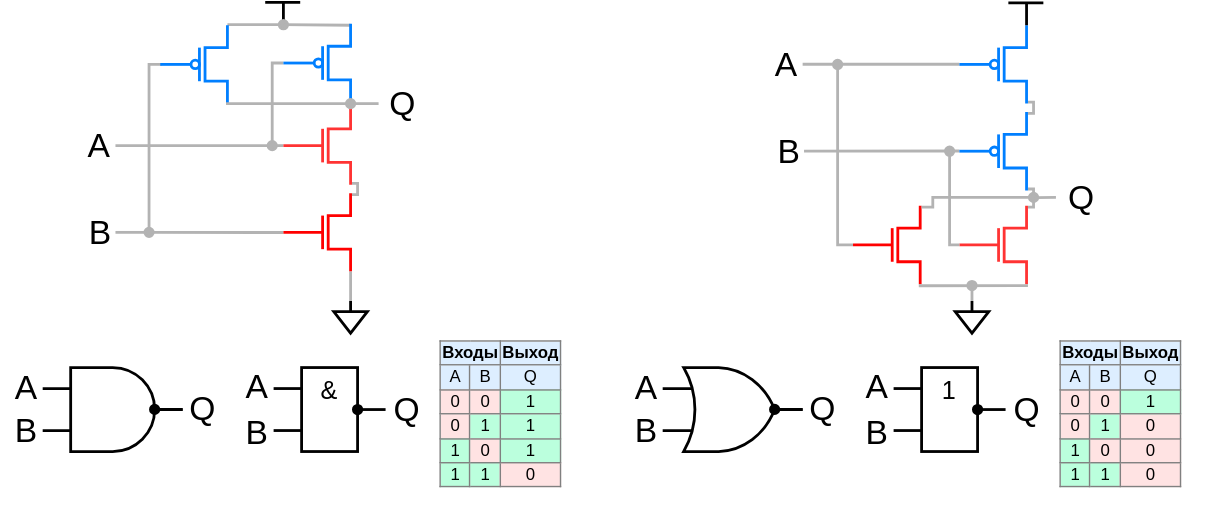
The draw.io diagram .pic/Introduction/How FPGA works/fig_06.drawio.svg in MPSU/APS, before a commit. Source tidied: cells renumbered, new cells last; positions are measured from the earlier drawing's top-left corner, leaving out a move shared by most shapes.
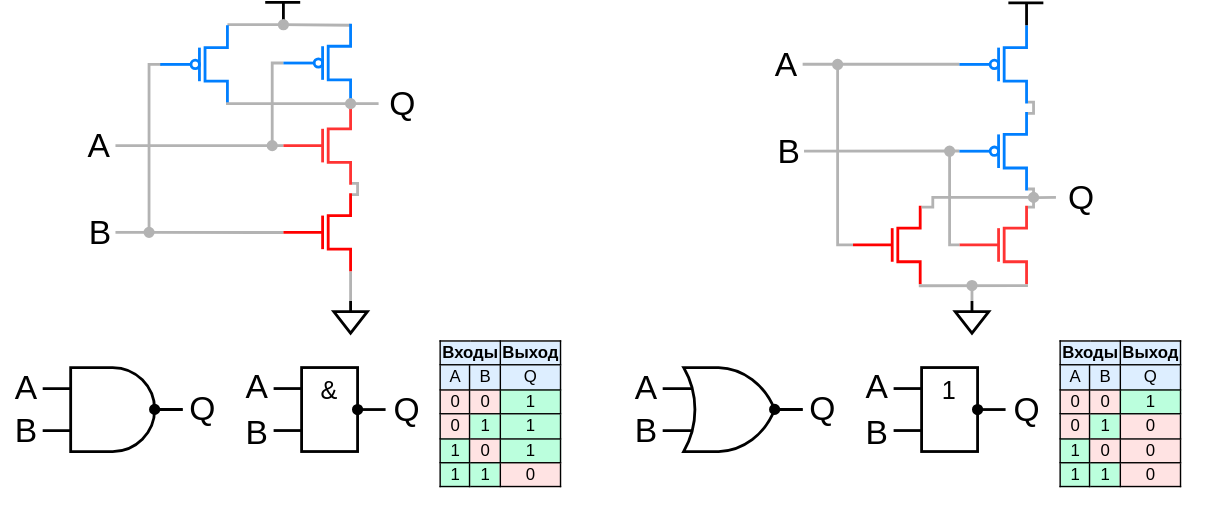
Later version of the same file.

Diff of the diagram source:
```diff
@@ -463,7 +463,7 @@
     <mxCell id="73" value="&lt;font style=&quot;font-size: 18px;&quot;&gt;&amp;amp;&lt;/font&gt;" style="rounded=0;whiteSpace=wrap;html=1;horizontal=1;verticalAlign=top;strokeWidth=2;" parent="1" vertex="1">
       <mxGeometry x="215" y="261" width="40" height="60" as="geometry" />
     </mxCell>
-    <mxCell id="74" value="&lt;table border=&quot;1&quot; class=&quot;wikitable&quot; style=&quot;float: right; text-align: center; border: 1px solid rgb(128, 128, 128); border-collapse: collapse;&quot;&gt;&lt;tbody&gt;&lt;tr style=&quot;background:#def;&quot;&gt;&lt;td colspan=&quot;2&quot; style=&quot;border: 1px solid rgb(128, 128, 128);&quot;&gt;&lt;b&gt;Входы&lt;/b&gt;&lt;/td&gt;&lt;td style=&quot;border: 1px solid rgb(128, 128, 128);&quot;&gt;&lt;b&gt;Выход&lt;/b&gt;&lt;br&gt;&lt;/td&gt;&lt;/tr&gt;&lt;tr style=&quot;background:#def;&quot;&gt;&lt;td style=&quot;border: 1px solid rgb(128, 128, 128);&quot;&gt;A&lt;/td&gt;&lt;td style=&quot;border: 1px solid rgb(128, 128, 128);&quot;&gt;B&lt;/td&gt;&lt;td style=&quot;border: 1px solid rgb(128, 128, 128);&quot;&gt;Q&lt;br&gt;&lt;/td&gt;&lt;/tr&gt;&lt;tr&gt;&lt;td style=&quot;background: #FFE3E3; color: black; vertical-align: middle; text-align: center; border: 1px solid rgb(128, 128, 128);&quot; class=&quot;table-no2&quot;&gt;0&lt;/td&gt;&lt;td style=&quot;background: #FFE3E3; color: black; vertical-align: middle; text-align: center; border: 1px solid rgb(128, 128, 128);&quot; class=&quot;table-no2&quot;&gt;0&lt;/td&gt;&lt;td style=&quot;background: rgb(187, 255, 221); color: black; vertical-align: middle; text-align: center; border: 1px solid rgb(128, 128, 128);&quot; class=&quot;table-no2&quot;&gt;1&lt;br&gt;&lt;/td&gt;&lt;/tr&gt;&lt;tr&gt;&lt;td style=&quot;background: #FFE3E3; color: black; vertical-align: middle; text-align: center; border: 1px solid rgb(128, 128, 128);&quot; class=&quot;table-no2&quot;&gt;0&lt;/td&gt;&lt;td style=&quot;background:#bfd; color:black; vertical-align:middle; text-align:center; border: 1px solid rgb(128, 128, 128);&quot; class=&quot;table-yes2&quot;&gt;1&lt;/td&gt;&lt;td border=&quot;1&quot; style=&quot;background: rgb(187, 255, 221); color: black; vertical-align: middle; text-align: center; border-collapse: collapse; border: 1px solid rgb(128, 128, 128);&quot; class=&quot;table-no2&quot;&gt;&lt;span style=&quot;&quot;&gt;1&lt;/span&gt;&lt;br&gt;&lt;/td&gt;&lt;/tr&gt;&lt;tr&gt;&lt;td style=&quot;background:#bfd; color:black; vertical-align:middle; text-align:center; border: 1px solid rgb(128, 128, 128);&quot; class=&quot;table-yes2&quot;&gt;1&lt;/td&gt;&lt;td style=&quot;background: #FFE3E3; color: black; vertical-align: middle; text-align: center; border: 1px solid rgb(128, 128, 128);&quot; class=&quot;table-no2&quot;&gt;0&lt;/td&gt;&lt;td style=&quot;background: rgb(187, 255, 221); color: black; vertical-align: middle; text-align: center; border: 1px solid rgb(128, 128, 128);&quot; class=&quot;table-no2&quot;&gt;1&lt;br&gt;&lt;/td&gt;&lt;/tr&gt;&lt;tr&gt;&lt;td style=&quot;background:#bfd; color:black; vertical-align:middle; text-align:center; border: 1px solid rgb(128, 128, 128);&quot; class=&quot;table-yes2&quot;&gt;1&lt;/td&gt;&lt;td style=&quot;background:#bfd; color:black; vertical-align:middle; text-align:center; border: 1px solid rgb(128, 128, 128);&quot; class=&quot;table-yes2&quot;&gt;1&lt;/td&gt;&lt;td style=&quot;background: rgb(255, 227, 227); color: black; vertical-align: middle; text-align: center; border: 1px solid rgb(128, 128, 128);&quot; class=&quot;table-yes2&quot;&gt;0&lt;br&gt;&lt;/td&gt;&lt;/tr&gt;&lt;/tbody&gt;&lt;/table&gt;" style="text;whiteSpace=wrap;html=1;strokeColor=none;" parent="1" vertex="1">
+    <mxCell id="74" value="&lt;table border=&quot;1&quot; class=&quot;wikitable&quot; style=&quot;float: right; text-align: center; border: 1px solid rgb(0, 0, 0); border-collapse: collapse;&quot;&gt;&lt;tbody&gt;&lt;tr style=&quot;background:#def;&quot;&gt;&lt;td colspan=&quot;2&quot; style=&quot;border: 1px solid rgb(0, 0, 0);&quot;&gt;&lt;b&gt;Входы&lt;/b&gt;&lt;/td&gt;&lt;td style=&quot;border: 1px solid rgb(0, 0, 0);&quot;&gt;&lt;b&gt;Выход&lt;/b&gt;&lt;br&gt;&lt;/td&gt;&lt;/tr&gt;&lt;tr style=&quot;background:#def;&quot;&gt;&lt;td style=&quot;border: 1px solid rgb(0, 0, 0);&quot;&gt;A&lt;/td&gt;&lt;td style=&quot;border: 1px solid rgb(0, 0, 0);&quot;&gt;B&lt;/td&gt;&lt;td style=&quot;border: 1px solid rgb(0, 0, 0);&quot;&gt;Q&lt;br&gt;&lt;/td&gt;&lt;/tr&gt;&lt;tr&gt;&lt;td style=&quot;background: #FFE3E3; color: black; vertical-align: middle; text-align: center; border: 1px solid rgb(0, 0, 0);&quot; class=&quot;table-no2&quot;&gt;0&lt;/td&gt;&lt;td style=&quot;background: #FFE3E3; color: black; vertical-align: middle; text-align: center; border: 1px solid rgb(0, 0, 0);&quot; class=&quot;table-no2&quot;&gt;0&lt;/td&gt;&lt;td style=&quot;background: rgb(187, 255, 221); color: black; vertical-align: middle; text-align: center; border: 1px solid rgb(0, 0, 0);&quot; class=&quot;table-no2&quot;&gt;1&lt;br&gt;&lt;/td&gt;&lt;/tr&gt;&lt;tr&gt;&lt;td style=&quot;background: #FFE3E3; color: black; vertical-align: middle; text-align: center; border: 1px solid rgb(0, 0, 0);&quot; class=&quot;table-no2&quot;&gt;0&lt;/td&gt;&lt;td style=&quot;background:#bfd; color:black; vertical-align:middle; text-align:center; border: 1px solid rgb(0, 0, 0);&quot; class=&quot;table-yes2&quot;&gt;1&lt;/td&gt;&lt;td border=&quot;1&quot; style=&quot;background: rgb(187, 255, 221); color: black; vertical-align: middle; text-align: center; border-collapse: collapse; border: 1px solid rgb(0, 0, 0);&quot; class=&quot;table-no2&quot;&gt;&lt;span style=&quot;&quot;&gt;1&lt;/span&gt;&lt;br&gt;&lt;/td&gt;&lt;/tr&gt;&lt;tr&gt;&lt;td style=&quot;background:#bfd; color:black; vertical-align:middle; text-align:center; border: 1px solid rgb(0, 0, 0);&quot; class=&quot;table-yes2&quot;&gt;1&lt;/td&gt;&lt;td style=&quot;background: #FFE3E3; color: black; vertical-align: middle; text-align: center; border: 1px solid rgb(0, 0, 0);&quot; class=&quot;table-no2&quot;&gt;0&lt;/td&gt;&lt;td style=&quot;background: rgb(187, 255, 221); color: black; vertical-align: middle; text-align: center; border: 1px solid rgb(0, 0, 0);&quot; class=&quot;table-no2&quot;&gt;1&lt;br&gt;&lt;/td&gt;&lt;/tr&gt;&lt;tr&gt;&lt;td style=&quot;background:#bfd; color:black; vertical-align:middle; text-align:center; border: 1px solid rgb(0, 0, 0);&quot; class=&quot;table-yes2&quot;&gt;1&lt;/td&gt;&lt;td style=&quot;background:#bfd; color:black; vertical-align:middle; text-align:center; border: 1px solid rgb(0, 0, 0);&quot; class=&quot;table-yes2&quot;&gt;1&lt;/td&gt;&lt;td style=&quot;background: rgb(255, 227, 227); color: black; vertical-align: middle; text-align: center; border: 1px solid rgb(0, 0, 0);&quot; class=&quot;table-yes2&quot;&gt;0&lt;br&gt;&lt;/td&gt;&lt;/tr&gt;&lt;/tbody&gt;&lt;/table&gt;" style="text;whiteSpace=wrap;html=1;strokeColor=none;" parent="1" vertex="1">
       <mxGeometry x="312" y="235" width="110" height="130" as="geometry" />
     </mxCell>
     <mxCell id="75" style="edgeStyle=orthogonalEdgeStyle;rounded=0;jettySize=auto;html=1;exitX=1;exitY=0.5;exitDx=0;exitDy=0;endArrow=none;endFill=0;startArrow=oval;startFill=1;startFillColor=#FFFFFF;strokeWidth=2;" parent="1" edge="1" source="73">
@@ -517,7 +517,7 @@
     <mxCell id="86" value="&lt;font style=&quot;font-size: 18px;&quot;&gt;1&lt;/font&gt;" style="rounded=0;whiteSpace=wrap;html=1;horizontal=1;verticalAlign=top;strokeWidth=2;" parent="1" vertex="1">
       <mxGeometry x="658" y="261" width="40" height="60" as="geometry" />
     </mxCell>
-    <mxCell id="87" value="&lt;table border=&quot;1&quot; class=&quot;wikitable&quot; style=&quot;float: right; text-align: center; border: 1px solid rgb(128, 128, 128); border-collapse: collapse;&quot;&gt;&lt;tbody&gt;&lt;tr style=&quot;background:#def;&quot;&gt;&lt;td colspan=&quot;2&quot; style=&quot;border: 1px solid rgb(128, 128, 128);&quot;&gt;&lt;b&gt;Входы&lt;/b&gt;&lt;/td&gt;&lt;td style=&quot;border: 1px solid rgb(128, 128, 128);&quot;&gt;&lt;b&gt;Выход&lt;/b&gt;&lt;br&gt;&lt;/td&gt;&lt;/tr&gt;&lt;tr style=&quot;background:#def;&quot;&gt;&lt;td style=&quot;border: 1px solid rgb(128, 128, 128);&quot;&gt;A&lt;/td&gt;&lt;td style=&quot;border: 1px solid rgb(128, 128, 128);&quot;&gt;B&lt;/td&gt;&lt;td style=&quot;border: 1px solid rgb(128, 128, 128);&quot;&gt;Q&lt;br&gt;&lt;/td&gt;&lt;/tr&gt;&lt;tr&gt;&lt;td style=&quot;background: #FFE3E3; color: black; vertical-align: middle; text-align: center; border: 1px solid rgb(128, 128, 128);&quot; class=&quot;table-no2&quot;&gt;0&lt;/td&gt;&lt;td style=&quot;background: #FFE3E3; color: black; vertical-align: middle; text-align: center; border: 1px solid rgb(128, 128, 128);&quot; class=&quot;table-no2&quot;&gt;0&lt;/td&gt;&lt;td style=&quot;background: rgb(187, 255, 221); color: black; vertical-align: middle; text-align: center; border: 1px solid rgb(128, 128, 128);&quot; class=&quot;table-no2&quot;&gt;1&lt;br&gt;&lt;/td&gt;&lt;/tr&gt;&lt;tr&gt;&lt;td style=&quot;background: #FFE3E3; color: black; vertical-align: middle; text-align: center; border: 1px solid rgb(128, 128, 128);&quot; class=&quot;table-no2&quot;&gt;0&lt;/td&gt;&lt;td style=&quot;background:#bfd; color:black; vertical-align:middle; text-align:center; border: 1px solid rgb(128, 128, 128);&quot; class=&quot;table-yes2&quot;&gt;1&lt;/td&gt;&lt;td border=&quot;1&quot; style=&quot;background: rgb(255, 227, 227); vertical-align: middle; text-align: center; border-collapse: collapse; color: black; border: 1px solid rgb(128, 128, 128);&quot; class=&quot;table-no2&quot;&gt;&lt;span style=&quot;&quot;&gt;0&lt;/span&gt;&lt;br&gt;&lt;/td&gt;&lt;/tr&gt;&lt;tr&gt;&lt;td style=&quot;background:#bfd; color:black; vertical-align:middle; text-align:center; border: 1px solid rgb(128, 128, 128);&quot; class=&quot;table-yes2&quot;&gt;1&lt;/td&gt;&lt;td style=&quot;background: #FFE3E3; color: black; vertical-align: middle; text-align: center; border: 1px solid rgb(128, 128, 128);&quot; class=&quot;table-no2&quot;&gt;0&lt;/td&gt;&lt;td style=&quot;background: rgb(255, 227, 227); color: black; vertical-align: middle; text-align: center; border: 1px solid rgb(128, 128, 128);&quot; class=&quot;table-no2&quot;&gt;0&lt;br&gt;&lt;/td&gt;&lt;/tr&gt;&lt;tr&gt;&lt;td style=&quot;background:#bfd; color:black; vertical-align:middle; text-align:center; border: 1px solid rgb(128, 128, 128);&quot; class=&quot;table-yes2&quot;&gt;1&lt;/td&gt;&lt;td style=&quot;background:#bfd; color:black; vertical-align:middle; text-align:center; border: 1px solid rgb(128, 128, 128);&quot; class=&quot;table-yes2&quot;&gt;1&lt;/td&gt;&lt;td style=&quot;background: rgb(255, 227, 227); color: black; vertical-align: middle; text-align: center; border: 1px solid rgb(128, 128, 128);&quot; class=&quot;table-yes2&quot;&gt;0&lt;br&gt;&lt;/td&gt;&lt;/tr&gt;&lt;/tbody&gt;&lt;/table&gt;" style="text;whiteSpace=wrap;html=1;strokeColor=none;" parent="1" vertex="1">
+    <mxCell id="87" value="&lt;table border=&quot;1&quot; class=&quot;wikitable&quot; style=&quot;float: right; text-align: center; border: 1px solid rgb(0, 0, 0); border-collapse: collapse;&quot;&gt;&lt;tbody&gt;&lt;tr style=&quot;background:#def;&quot;&gt;&lt;td colspan=&quot;2&quot; style=&quot;border: 1px solid rgb(0, 0, 0);&quot;&gt;&lt;b&gt;Входы&lt;/b&gt;&lt;/td&gt;&lt;td style=&quot;border: 1px solid rgb(0, 0, 0);&quot;&gt;&lt;b&gt;Выход&lt;/b&gt;&lt;br&gt;&lt;/td&gt;&lt;/tr&gt;&lt;tr style=&quot;background:#def;&quot;&gt;&lt;td style=&quot;border: 1px solid rgb(0, 0, 0);&quot;&gt;A&lt;/td&gt;&lt;td style=&quot;border: 1px solid rgb(0, 0, 0);&quot;&gt;B&lt;/td&gt;&lt;td style=&quot;border: 1px solid rgb(0, 0, 0);&quot;&gt;Q&lt;br&gt;&lt;/td&gt;&lt;/tr&gt;&lt;tr&gt;&lt;td style=&quot;background: #FFE3E3; color: black; vertical-align: middle; text-align: center; border: 1px solid rgb(0, 0, 0);&quot; class=&quot;table-no2&quot;&gt;0&lt;/td&gt;&lt;td style=&quot;background: #FFE3E3; color: black; vertical-align: middle; text-align: center; border: 1px solid rgb(0, 0, 0);&quot; class=&quot;table-no2&quot;&gt;0&lt;/td&gt;&lt;td style=&quot;background: rgb(187, 255, 221); color: black; vertical-align: middle; text-align: center; border: 1px solid rgb(0, 0, 0);&quot; class=&quot;table-no2&quot;&gt;1&lt;br&gt;&lt;/td&gt;&lt;/tr&gt;&lt;tr&gt;&lt;td style=&quot;background: #FFE3E3; color: black; vertical-align: middle; text-align: center; border: 1px solid rgb(0, 0, 0);&quot; class=&quot;table-no2&quot;&gt;0&lt;/td&gt;&lt;td style=&quot;background:#bfd; color:black; vertical-align:middle; text-align:center; border: 1px solid rgb(0, 0, 0);&quot; class=&quot;table-yes2&quot;&gt;1&lt;/td&gt;&lt;td border=&quot;1&quot; style=&quot;background: rgb(255, 227, 227); vertical-align: middle; text-align: center; border-collapse: collapse; color: black; border: 1px solid rgb(0, 0, 0);&quot; class=&quot;table-no2&quot;&gt;&lt;span style=&quot;&quot;&gt;0&lt;/span&gt;&lt;br&gt;&lt;/td&gt;&lt;/tr&gt;&lt;tr&gt;&lt;td style=&quot;background:#bfd; color:black; vertical-align:middle; text-align:center; border: 1px solid rgb(0, 0, 0);&quot; class=&quot;table-yes2&quot;&gt;1&lt;/td&gt;&lt;td style=&quot;background: #FFE3E3; color: black; vertical-align: middle; text-align: center; border: 1px solid rgb(0, 0, 0);&quot; class=&quot;table-no2&quot;&gt;0&lt;/td&gt;&lt;td style=&quot;background: rgb(255, 227, 227); color: black; vertical-align: middle; text-align: center; border: 1px solid rgb(0, 0, 0);&quot; class=&quot;table-no2&quot;&gt;0&lt;br&gt;&lt;/td&gt;&lt;/tr&gt;&lt;tr&gt;&lt;td style=&quot;background:#bfd; color:black; vertical-align:middle; text-align:center; border: 1px solid rgb(0, 0, 0);&quot; class=&quot;table-yes2&quot;&gt;1&lt;/td&gt;&lt;td style=&quot;background:#bfd; color:black; vertical-align:middle; text-align:center; border: 1px solid rgb(0, 0, 0);&quot; class=&quot;table-yes2&quot;&gt;1&lt;/td&gt;&lt;td style=&quot;background: rgb(255, 227, 227); color: black; vertical-align: middle; text-align: center; border: 1px solid rgb(0, 0, 0);&quot; class=&quot;table-yes2&quot;&gt;0&lt;br&gt;&lt;/td&gt;&lt;/tr&gt;&lt;/tbody&gt;&lt;/table&gt;" style="text;whiteSpace=wrap;html=1;strokeColor=none;" parent="1" vertex="1">
       <mxGeometry x="755" y="235" width="110" height="130" as="geometry" />
     </mxCell>
     <mxCell id="88" style="edgeStyle=orthogonalEdgeStyle;rounded=0;jettySize=auto;html=1;exitX=1;exitY=0.5;exitDx=0;exitDy=0;endArrow=none;endFill=0;startArrow=oval;startFill=1;startFillColor=#FFFFFF;strokeWidth=2;" parent="1" edge="1" source="86">
```
